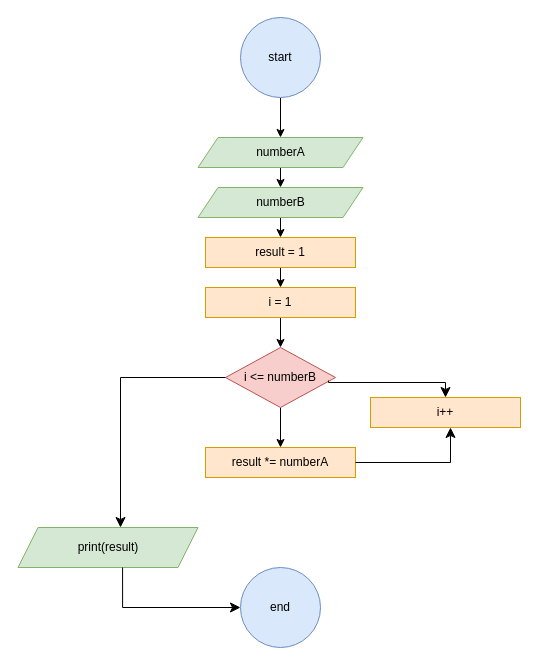
This is homeworks/shahrzad/04-loops/03-homework-power-by-multiplication/power-by-multiplication.drawio from ma-ahmadi1989/golang-training-3, a draw.io file, before an edit. Source tidied: cells renumbered, new cells numbered last; positions are measured from the earlier drawing's top-left corner, leaving out a move shared by most shapes. Both pictures are drawn from the tidied source at 100%, with x=0, y=0 at pixel (18, 17).
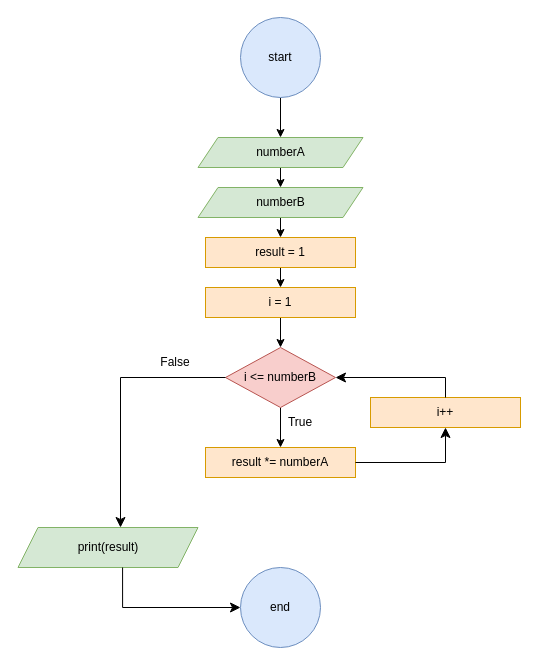
Above is the later version.

Commit message:
Minor update: Added True/False labels to decision branches in power-by-multiplication flowchart

The change refers to these unchanged cells:
```xml
<mxCell id="14" value="i &amp;lt;= numberB" style="rhombus;whiteSpace=wrap;html=1;fillColor=#f8cecc;strokeColor=#b85450;" parent="1" vertex="1">
  <mxGeometry x="207" y="330" width="110" height="60" as="geometry" />
</mxCell>
<mxCell id="15" value="result *= numberA" style="whiteSpace=wrap;html=1;fillColor=#ffe6cc;strokeColor=#d79b00;" parent="1" vertex="1">
  <mxGeometry x="187" y="430" width="150" height="30" as="geometry" />
</mxCell>
<mxCell id="16" value="i++" style="whiteSpace=wrap;html=1;fillColor=#ffe6cc;strokeColor=#d79b00;" parent="1" vertex="1">
  <mxGeometry x="352" y="380" width="150" height="30" as="geometry" />
</mxCell>
```

Change to the diagram source:
```diff
@@
-    <mxCell id="17" style="edgeStyle=segmentEdgeStyle;endArrow=classic;html=1;curved=0;rounded=0;endSize=8;startSize=8;exitX=1;exitY=0.5;exitDx=0;exitDy=0;" parent="1" edge="1" source="15">
-      <mxGeometry relative="1" as="geometry">
-        <mxPoint x="432" y="410" as="targetPoint" />
-      </mxGeometry>
+    <mxCell id="17" style="edgeStyle=segmentEdgeStyle;endArrow=classic;html=1;curved=0;rounded=0;endSize=8;startSize=8;exitX=1;exitY=0.5;exitDx=0;exitDy=0;entryX=0.5;entryY=1;entryDx=0;entryDy=0;" parent="1" edge="1" source="15" target="16">
+      <mxGeometry relative="1" as="geometry" />
     </mxCell>
-    <mxCell id="18" style="edgeStyle=segmentEdgeStyle;endArrow=classic;html=1;curved=0;rounded=0;endSize=8;startSize=8;exitX=0.936;exitY=0.55;exitDx=0;exitDy=0;entryX=0.5;entryY=0;entryDx=0;entryDy=0;exitPerimeter=0;" parent="1" edge="1" source="14" target="16">
+    <mxCell id="18" style="edgeStyle=segmentEdgeStyle;endArrow=classic;html=1;curved=0;rounded=0;endSize=8;startSize=8;exitX=0.5;exitY=0;exitDx=0;exitDy=0;entryX=1;entryY=0.5;entryDx=0;entryDy=0;" parent="1" edge="1" source="16" target="14">
       <mxGeometry relative="1" as="geometry">
         <Array as="points">
-          <mxPoint x="310" y="365" />
-          <mxPoint x="427" y="365" />
+          <mxPoint x="427" y="360" />
         </Array>
       </mxGeometry>
     </mxCell>
@@
+    <mxCell id="22" value="False" style="text;strokeColor=none;align=center;fillColor=none;html=1;verticalAlign=middle;whiteSpace=wrap;rounded=0;" parent="1" vertex="1">
+      <mxGeometry x="127" y="330" width="60" height="30" as="geometry" />
+    </mxCell>
+    <mxCell id="23" value="True" style="text;strokeColor=none;align=center;fillColor=none;html=1;verticalAlign=middle;whiteSpace=wrap;rounded=0;" parent="1" vertex="1">
+      <mxGeometry x="252" y="390" width="60" height="30" as="geometry" />
+    </mxCell>
```
